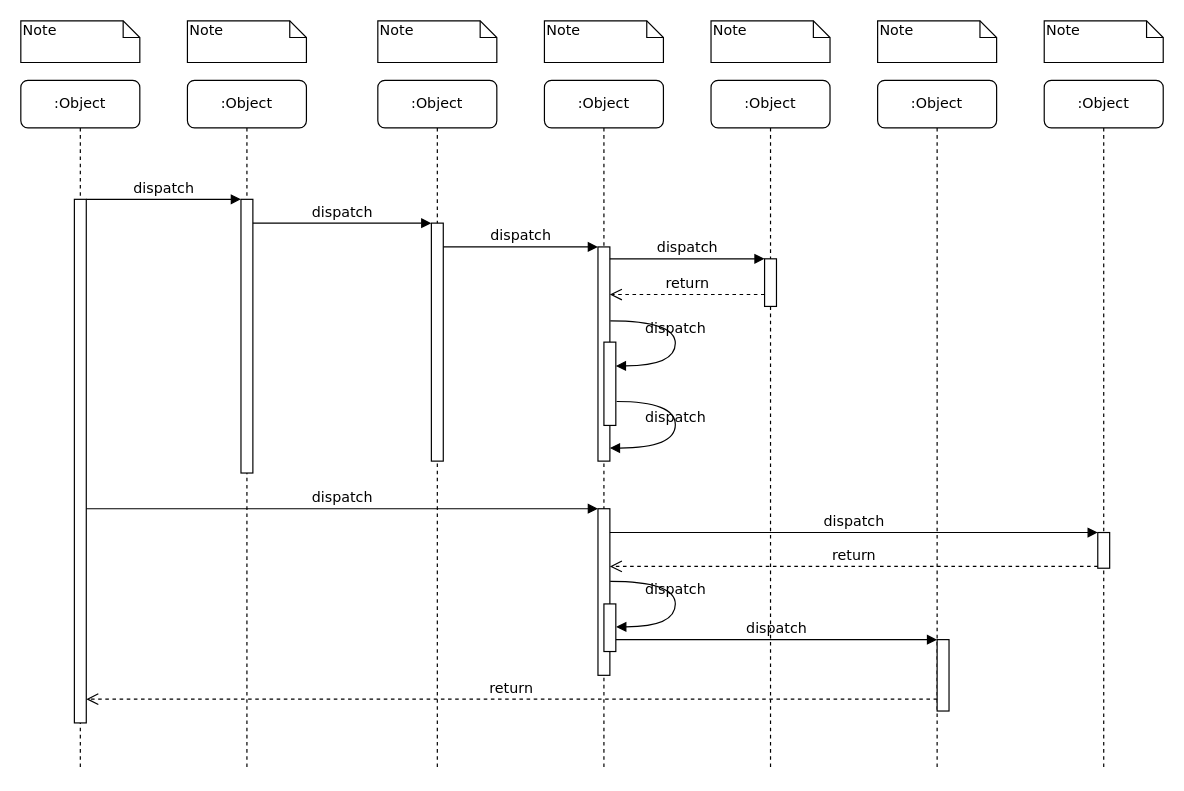
Before: SearchBar_Project.drawio in critschris/COMP-354, a draw.io diagram. Source tidied: cells renumbered, new cells numbered last; positions are measured from the earlier drawing's top-left corner, leaving out a move shared by most shapes. Both pictures are drawn from the tidied source at 119%, with x=0, y=0 at pixel (20, 20).
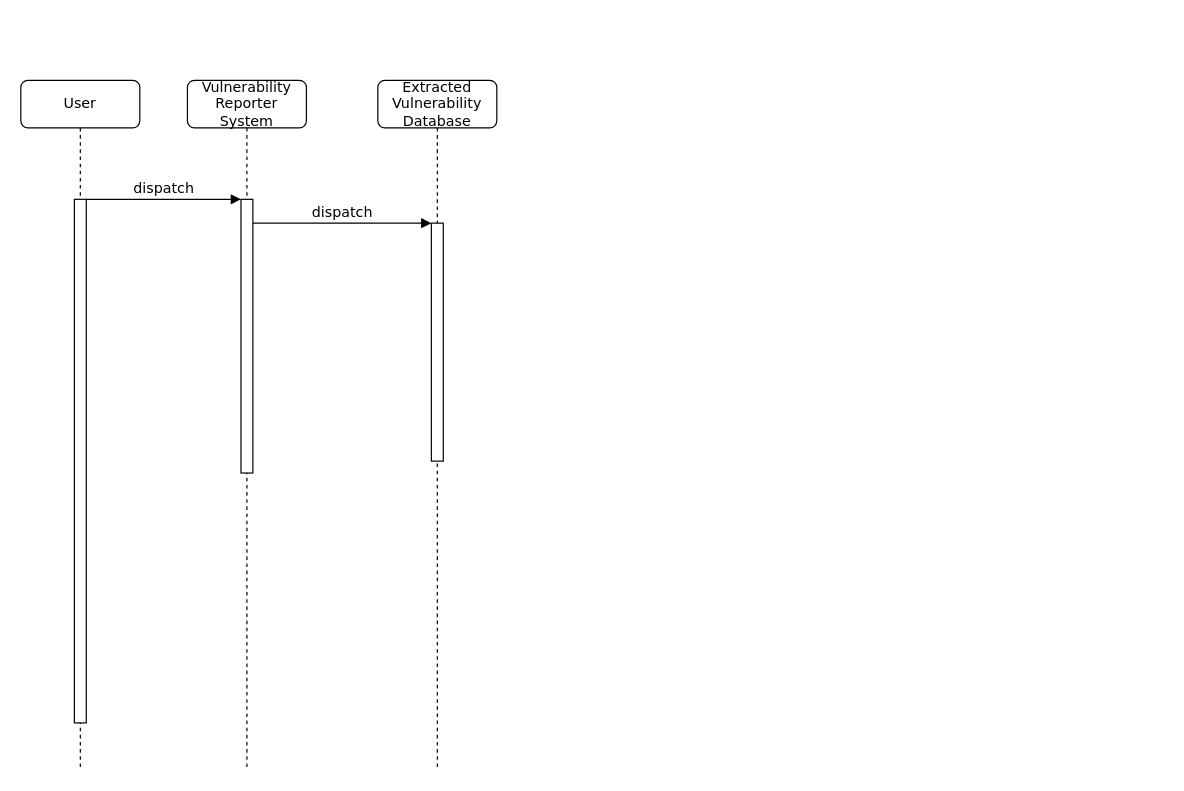
The same diagram, later.

The change refers to these unchanged cells:
```xml
<mxCell id="5" style="html=1;points=[];perimeter=orthogonalPerimeter;rounded=0;shadow=0;comic=0;labelBackgroundColor=none;strokeWidth=1;fontFamily=Verdana;fontSize=12;align=center;" parent="4" vertex="1">
  <mxGeometry x="45" y="120" width="10" height="200" as="geometry" />
</mxCell>
<mxCell id="11" style="html=1;points=[];perimeter=orthogonalPerimeter;rounded=0;shadow=0;comic=0;labelBackgroundColor=none;strokeWidth=1;fontFamily=Verdana;fontSize=12;align=center;" parent="10" vertex="1">
  <mxGeometry x="45" y="100" width="10" height="440" as="geometry" />
</mxCell>
```

What changed in the source:
```diff
@@
-    <mxCell id="2" value=":Object" style="shape=umlLifeline;perimeter=lifelinePerimeter;whiteSpace=wrap;html=1;rounded=1;shadow=0;comic=0;labelBackgroundColor=none;strokeWidth=1;fontFamily=Verdana;fontSize=12;align=center;" parent="1" vertex="1">
+    <mxCell id="2" value="Vulnerability&lt;div&gt;Reporter System&lt;/div&gt;" style="shape=umlLifeline;perimeter=lifelinePerimeter;whiteSpace=wrap;html=1;rounded=1;shadow=0;comic=0;labelBackgroundColor=none;strokeWidth=1;fontFamily=Verdana;fontSize=12;align=center;" parent="1" vertex="1">
       <mxGeometry x="140" y="50" width="100" height="580" as="geometry" />
     </mxCell>
@@
-    <mxCell id="4" value=":Object" style="shape=umlLifeline;perimeter=lifelinePerimeter;whiteSpace=wrap;html=1;rounded=1;shadow=0;comic=0;labelBackgroundColor=none;strokeWidth=1;fontFamily=Verdana;fontSize=12;align=center;" parent="1" vertex="1">
+    <mxCell id="4" value="&lt;div&gt;Extracted&lt;/div&gt;Vulnerability&lt;div&gt;Database&lt;/div&gt;" style="shape=umlLifeline;perimeter=lifelinePerimeter;whiteSpace=wrap;html=1;rounded=1;shadow=0;comic=0;labelBackgroundColor=none;strokeWidth=1;fontFamily=Verdana;fontSize=12;align=center;" parent="1" vertex="1">
       <mxGeometry x="300" y="50" width="100" height="580" as="geometry" />
     </mxCell>
@@
-    <mxCell id="6" value=":Object" style="shape=umlLifeline;perimeter=lifelinePerimeter;whiteSpace=wrap;html=1;rounded=1;shadow=0;comic=0;labelBackgroundColor=none;strokeWidth=1;fontFamily=Verdana;fontSize=12;align=center;" parent="1" vertex="1">
-      <mxGeometry x="440" y="50" width="100" height="580" as="geometry" />
-    </mxCell>
-    <mxCell id="7" value=":Object" style="shape=umlLifeline;perimeter=lifelinePerimeter;whiteSpace=wrap;html=1;rounded=1;shadow=0;comic=0;labelBackgroundColor=none;strokeWidth=1;fontFamily=Verdana;fontSize=12;align=center;" parent="1" vertex="1">
-      <mxGeometry x="580" y="50" width="100" height="580" as="geometry" />
-    </mxCell>
-    <mxCell id="8" value=":Object" style="shape=umlLifeline;perimeter=lifelinePerimeter;whiteSpace=wrap;html=1;rounded=1;shadow=0;comic=0;labelBackgroundColor=none;strokeWidth=1;fontFamily=Verdana;fontSize=12;align=center;" parent="1" vertex="1">
-      <mxGeometry x="720" y="50" width="100" height="580" as="geometry" />
-    </mxCell>
-    <mxCell id="9" value=":Object" style="shape=umlLifeline;perimeter=lifelinePerimeter;whiteSpace=wrap;html=1;rounded=1;shadow=0;comic=0;labelBackgroundColor=none;strokeWidth=1;fontFamily=Verdana;fontSize=12;align=center;" parent="1" vertex="1">
-      <mxGeometry x="860" y="50" width="100" height="580" as="geometry" />
-    </mxCell>
-    <mxCell id="10" value=":Object" style="shape=umlLifeline;perimeter=lifelinePerimeter;whiteSpace=wrap;html=1;rounded=1;shadow=0;comic=0;labelBackgroundColor=none;strokeWidth=1;fontFamily=Verdana;fontSize=12;align=center;" parent="1" vertex="1">
+    <mxCell id="10" value="User" style="shape=umlLifeline;perimeter=lifelinePerimeter;whiteSpace=wrap;html=1;rounded=1;shadow=0;comic=0;labelBackgroundColor=none;strokeWidth=1;fontFamily=Verdana;fontSize=12;align=center;" parent="1" vertex="1">
       <mxGeometry y="50" width="100" height="580" as="geometry" />
     </mxCell>
@@
-    <mxCell id="12" style="html=1;points=[];perimeter=orthogonalPerimeter;rounded=0;shadow=0;comic=0;labelBackgroundColor=none;strokeWidth=1;fontFamily=Verdana;fontSize=12;align=center;" parent="1" vertex="1">
-      <mxGeometry x="485" y="190" width="10" height="180" as="geometry" />
-    </mxCell>
-    <mxCell id="13" value="dispatch" style="html=1;verticalAlign=bottom;endArrow=block;labelBackgroundColor=none;fontFamily=Verdana;fontSize=12;edgeStyle=elbowEdgeStyle;elbow=vertical;" parent="1" edge="1" source="5" target="12">
-      <mxGeometry relative="1" as="geometry">
-        <Array as="points">
-          <mxPoint x="360" y="190" />
-        </Array>
-      </mxGeometry>
-    </mxCell>
-    <mxCell id="14" style="html=1;points=[];perimeter=orthogonalPerimeter;rounded=0;shadow=0;comic=0;labelBackgroundColor=none;strokeWidth=1;fontFamily=Verdana;fontSize=12;align=center;" parent="1" vertex="1">
-      <mxGeometry x="625" y="200" width="10" height="40" as="geometry" />
-    </mxCell>
-    <mxCell id="15" value="dispatch" style="html=1;verticalAlign=bottom;endArrow=block;entryX=0;entryY=0;labelBackgroundColor=none;fontFamily=Verdana;fontSize=12;edgeStyle=elbowEdgeStyle;elbow=vertical;" parent="1" edge="1" source="12" target="14">
-      <mxGeometry relative="1" as="geometry" />
-    </mxCell>
-    <mxCell id="16" value="return" style="html=1;verticalAlign=bottom;endArrow=open;dashed=1;endSize=8;labelBackgroundColor=none;fontFamily=Verdana;fontSize=12;edgeStyle=elbowEdgeStyle;elbow=vertical;" parent="1" edge="1" source="14" target="12">
-      <mxGeometry relative="1" as="geometry">
-        <Array as="points">
-          <mxPoint x="570" y="230" />
-          <mxPoint x="600" y="230" />
-        </Array>
-      </mxGeometry>
-    </mxCell>
-    <mxCell id="17" style="html=1;points=[];perimeter=orthogonalPerimeter;rounded=0;shadow=0;comic=0;labelBackgroundColor=none;strokeWidth=1;fontFamily=Verdana;fontSize=12;align=center;" parent="1" vertex="1">
-      <mxGeometry x="485" y="410" width="10" height="140" as="geometry" />
-    </mxCell>
-    <mxCell id="18" value="dispatch" style="html=1;verticalAlign=bottom;endArrow=block;entryX=0;entryY=0;labelBackgroundColor=none;fontFamily=Verdana;fontSize=12;" parent="1" edge="1" source="11" target="17">
-      <mxGeometry relative="1" as="geometry" />
-    </mxCell>
-    <mxCell id="19" style="html=1;points=[];perimeter=orthogonalPerimeter;rounded=0;shadow=0;comic=0;labelBackgroundColor=none;strokeColor=#000000;strokeWidth=1;fillColor=#FFFFFF;fontFamily=Verdana;fontSize=12;fontColor=#000000;align=center;" parent="1" vertex="1">
-      <mxGeometry x="905" y="430" width="10" height="30" as="geometry" />
-    </mxCell>
-    <mxCell id="20" value="dispatch" style="html=1;verticalAlign=bottom;endArrow=block;entryX=0;entryY=0;labelBackgroundColor=none;fontFamily=Verdana;fontSize=12;" parent="1" edge="1" source="17" target="19">
-      <mxGeometry relative="1" as="geometry" />
-    </mxCell>
-    <mxCell id="21" value="return" style="html=1;verticalAlign=bottom;endArrow=open;dashed=1;endSize=8;exitX=0;exitY=0.95;labelBackgroundColor=none;fontFamily=Verdana;fontSize=12;" parent="1" edge="1" source="19" target="17">
-      <mxGeometry relative="1" as="geometry" />
-    </mxCell>
-    <mxCell id="22" style="html=1;points=[];perimeter=orthogonalPerimeter;rounded=0;shadow=0;comic=0;labelBackgroundColor=none;strokeWidth=1;fontFamily=Verdana;fontSize=12;align=center;" parent="1" vertex="1">
-      <mxGeometry x="770" y="520" width="10" height="60" as="geometry" />
-    </mxCell>
-    <mxCell id="23" value="dispatch" style="html=1;verticalAlign=bottom;endArrow=block;entryX=0;entryY=0;labelBackgroundColor=none;fontFamily=Verdana;fontSize=12;edgeStyle=elbowEdgeStyle;elbow=vertical;" parent="1" edge="1" source="30" target="22">
-      <mxGeometry relative="1" as="geometry" />
-    </mxCell>
-    <mxCell id="24" value="return" style="html=1;verticalAlign=bottom;endArrow=open;dashed=1;endSize=8;labelBackgroundColor=none;fontFamily=Verdana;fontSize=12;edgeStyle=elbowEdgeStyle;elbow=vertical;" parent="1" edge="1" source="22" target="11">
-      <mxGeometry relative="1" as="geometry">
-        <Array as="points">
-          <mxPoint x="470" y="570" />
-        </Array>
-      </mxGeometry>
-    </mxCell>
@@
-    <mxCell id="27" style="html=1;points=[];perimeter=orthogonalPerimeter;rounded=0;shadow=0;comic=0;labelBackgroundColor=none;strokeWidth=1;fontFamily=Verdana;fontSize=12;align=center;" parent="1" vertex="1">
-      <mxGeometry x="490" y="270" width="10" height="70" as="geometry" />
-    </mxCell>
-    <mxCell id="28" value="dispatch" style="html=1;verticalAlign=bottom;endArrow=block;labelBackgroundColor=none;fontFamily=Verdana;fontSize=12;elbow=vertical;edgeStyle=orthogonalEdgeStyle;curved=1;entryX=1;entryY=0.286;entryPerimeter=0;exitX=1.038;exitY=0.345;exitPerimeter=0;" parent="1" edge="1" source="12" target="27">
-      <mxGeometry relative="1" as="geometry">
-        <Array as="points">
-          <mxPoint x="550" y="252" />
-          <mxPoint x="550" y="290" />
-        </Array>
-      </mxGeometry>
-    </mxCell>
-    <mxCell id="29" value="dispatch" style="html=1;verticalAlign=bottom;endArrow=block;labelBackgroundColor=none;fontFamily=Verdana;fontSize=12;elbow=vertical;edgeStyle=orthogonalEdgeStyle;curved=1;exitX=1.066;exitY=0.713;exitPerimeter=0;" parent="1" edge="1" source="27">
-      <mxGeometry relative="1" as="geometry">
-        <mxPoint x="495" y="359" as="targetPoint" />
-        <Array as="points">
-          <mxPoint x="550" y="320" />
-          <mxPoint x="550" y="359" />
-        </Array>
-      </mxGeometry>
-    </mxCell>
-    <mxCell id="30" style="html=1;points=[];perimeter=orthogonalPerimeter;rounded=0;shadow=0;comic=0;labelBackgroundColor=none;strokeWidth=1;fontFamily=Verdana;fontSize=12;align=center;" parent="1" vertex="1">
-      <mxGeometry x="490" y="490" width="10" height="40" as="geometry" />
-    </mxCell>
-    <mxCell id="31" value="dispatch" style="html=1;verticalAlign=bottom;endArrow=block;labelBackgroundColor=none;fontFamily=Verdana;fontSize=12;elbow=vertical;edgeStyle=orthogonalEdgeStyle;curved=1;entryX=1;entryY=0.286;entryPerimeter=0;exitX=1.038;exitY=0.345;exitPerimeter=0;" parent="1" edge="1">
-      <mxGeometry relative="1" as="geometry">
-        <mxPoint x="495.3" y="471" as="sourcePoint" />
-        <mxPoint x="500.3" y="509.3" as="targetPoint" />
-        <Array as="points">
-          <mxPoint x="550" y="471" />
-          <mxPoint x="550" y="509" />
-        </Array>
-      </mxGeometry>
-    </mxCell>
-    <mxCell id="32" value="Note" style="shape=note;whiteSpace=wrap;html=1;size=14;verticalAlign=top;align=left;spacingTop=-6;rounded=0;shadow=0;comic=0;labelBackgroundColor=none;strokeWidth=1;fontFamily=Verdana;fontSize=12;" parent="1" vertex="1">
-      <mxGeometry width="100" height="35" as="geometry" />
-    </mxCell>
-    <mxCell id="33" value="Note" style="shape=note;whiteSpace=wrap;html=1;size=14;verticalAlign=top;align=left;spacingTop=-6;rounded=0;shadow=0;comic=0;labelBackgroundColor=none;strokeWidth=1;fontFamily=Verdana;fontSize=12;" parent="1" vertex="1">
-      <mxGeometry x="140" width="100" height="35" as="geometry" />
-    </mxCell>
-    <mxCell id="34" value="Note" style="shape=note;whiteSpace=wrap;html=1;size=14;verticalAlign=top;align=left;spacingTop=-6;rounded=0;shadow=0;comic=0;labelBackgroundColor=none;strokeWidth=1;fontFamily=Verdana;fontSize=12;" parent="1" vertex="1">
-      <mxGeometry x="300" width="100" height="35" as="geometry" />
-    </mxCell>
-    <mxCell id="35" value="Note" style="shape=note;whiteSpace=wrap;html=1;size=14;verticalAlign=top;align=left;spacingTop=-6;rounded=0;shadow=0;comic=0;labelBackgroundColor=none;strokeWidth=1;fontFamily=Verdana;fontSize=12;" parent="1" vertex="1">
-      <mxGeometry x="440" width="100" height="35" as="geometry" />
-    </mxCell>
-    <mxCell id="36" value="Note" style="shape=note;whiteSpace=wrap;html=1;size=14;verticalAlign=top;align=left;spacingTop=-6;rounded=0;shadow=0;comic=0;labelBackgroundColor=none;strokeWidth=1;fontFamily=Verdana;fontSize=12;" parent="1" vertex="1">
-      <mxGeometry x="580" width="100" height="35" as="geometry" />
-    </mxCell>
-    <mxCell id="37" value="Note" style="shape=note;whiteSpace=wrap;html=1;size=14;verticalAlign=top;align=left;spacingTop=-6;rounded=0;shadow=0;comic=0;labelBackgroundColor=none;strokeWidth=1;fontFamily=Verdana;fontSize=12;" parent="1" vertex="1">
-      <mxGeometry x="720" width="100" height="35" as="geometry" />
-    </mxCell>
-    <mxCell id="38" value="Note" style="shape=note;whiteSpace=wrap;html=1;size=14;verticalAlign=top;align=left;spacingTop=-6;rounded=0;shadow=0;comic=0;labelBackgroundColor=none;strokeWidth=1;fontFamily=Verdana;fontSize=12;" parent="1" vertex="1">
-      <mxGeometry x="860" width="100" height="35" as="geometry" />
-    </mxCell>
```
